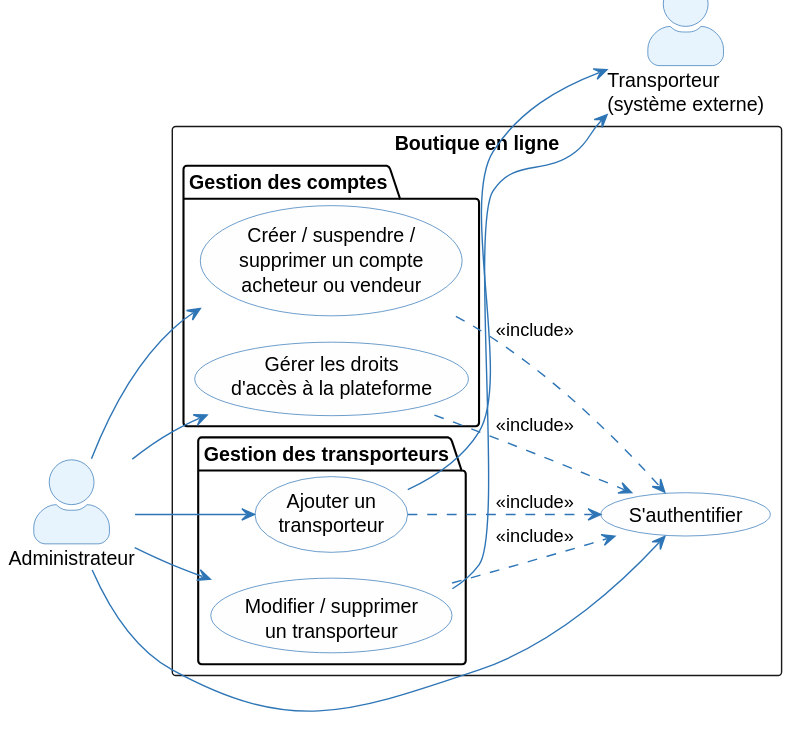
Above: architecture/01-operational-analysis/diagrams/oa-uc-admin.svg in louistalvande/online_shop (PlantUML), before the change.
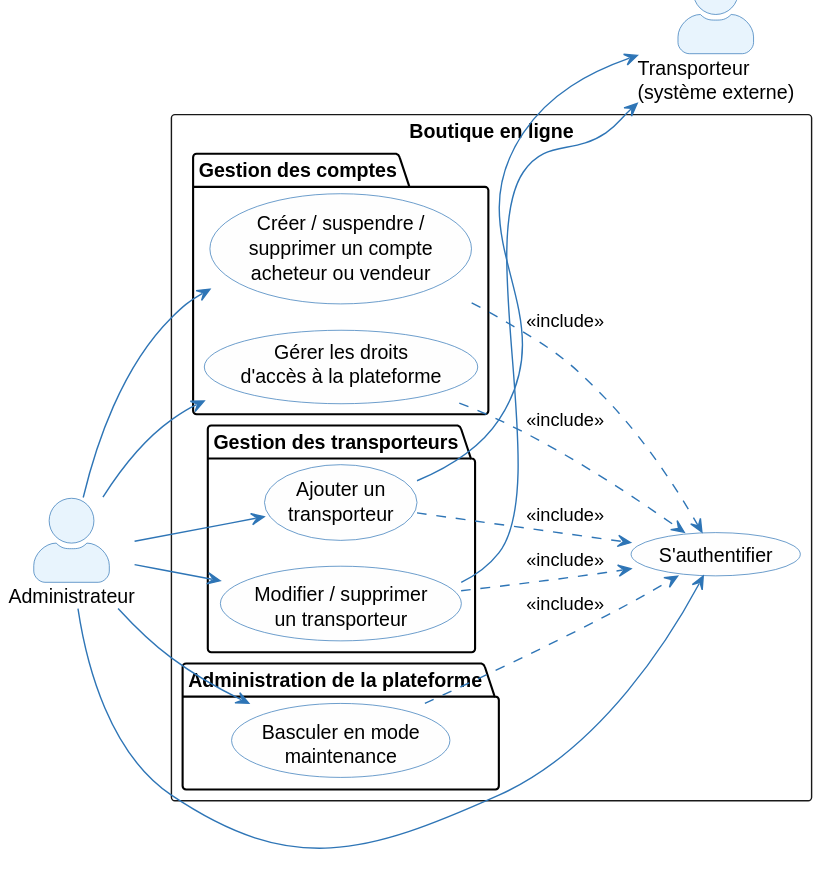
After the change.

Commit message:
add maintenance mode for admin

What changed in the source:
```diff
@@ -25,6 +25,9 @@
     usecase (Ajouter un\ntransporteur) as UC_A2a
     usecase (Modifier / supprimer\nun transporteur) as UC_A2b
   }
+  package "Administration de la plateforme" {
+    usecase (Basculer en mode\nmaintenance) as UC_A3
+  }
 }
 
 Admin --> UC_A0
@@ -32,10 +35,12 @@
 Admin --> UC_A1b
 Admin --> UC_A2a
 Admin --> UC_A2b
+Admin --> UC_A3
 UC_A1 ..> UC_A0 : <<include>>
 UC_A1b ..> UC_A0 : <<include>>
 UC_A2a ..> UC_A0 : <<include>>
 UC_A2b ..> UC_A0 : <<include>>
+UC_A3 ..> UC_A0 : <<include>>
 UC_A2a --> Carrier
 UC_A2b --> Carrier
 @enduml
```
